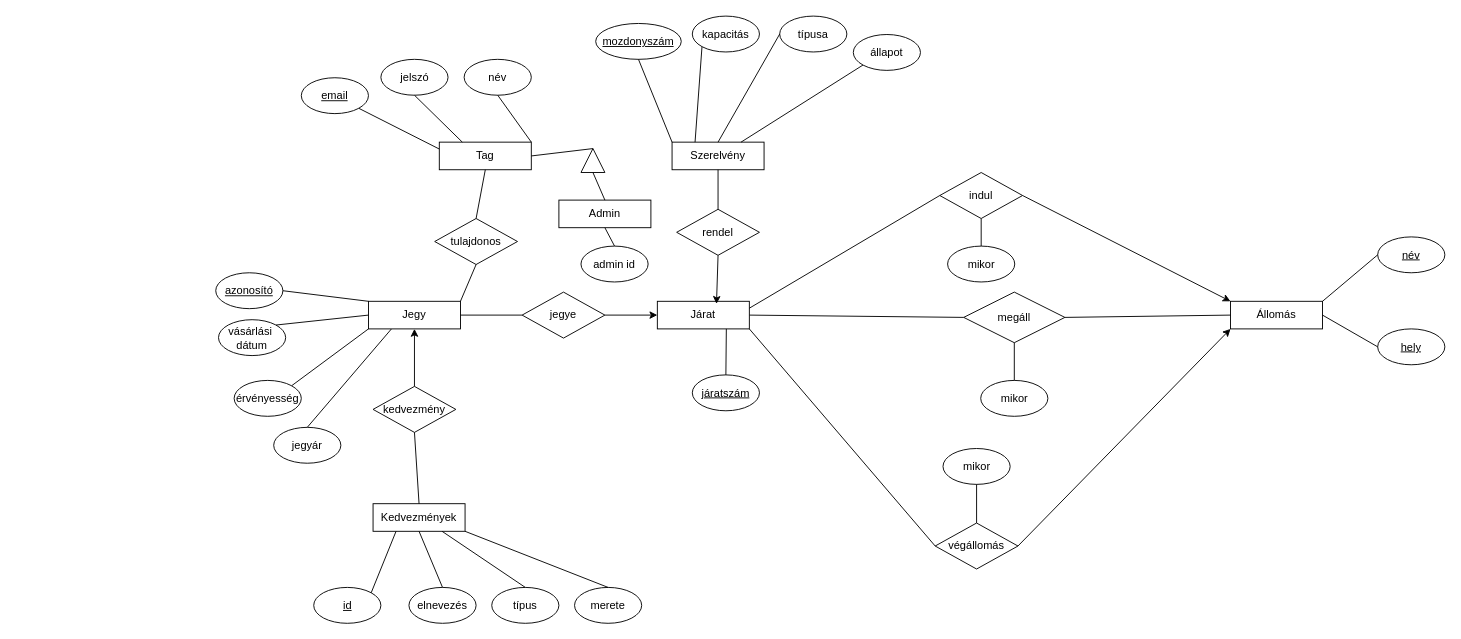
RevMarci/vasutmenetrend keeps this draw.io diagram as dokumentacio/Vasúti_menetrend_ek_diagram.drawio. Above is the earlier version. Source tidied: cells renumbered, new cells numbered last; positions are measured from the earlier drawing's top-left corner, leaving out a move shared by most shapes. Both pictures are drawn from the tidied source at 92%, with x=0, y=0 at pixel (215, 16).
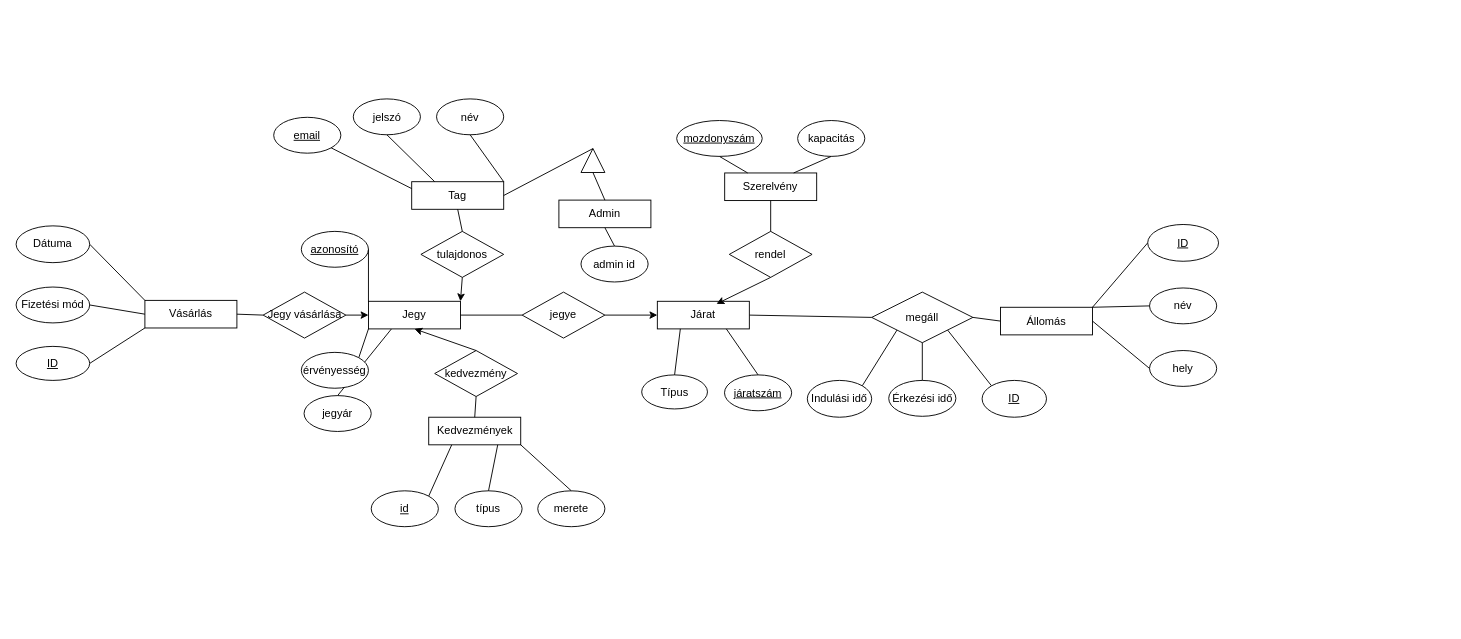
The same diagram, later.

Unchanged cells that the change refers to:
```xml
<mxCell id="12" value="Járat" style="rounded=0;whiteSpace=wrap;html=1;strokeColor=default;align=center;verticalAlign=middle;fontFamily=Helvetica;fontSize=12;fontColor=default;fillColor=default;" parent="1" vertex="1">
  <mxGeometry x="480" y="310" width="100" height="30" as="geometry" />
</mxCell>
<mxCell id="28" value="Jegy" style="rounded=0;whiteSpace=wrap;html=1;strokeColor=default;align=center;verticalAlign=middle;fontFamily=Helvetica;fontSize=12;fontColor=default;fillColor=default;" parent="1" vertex="1">
  <mxGeometry x="166" y="310" width="100" height="30" as="geometry" />
</mxCell>
```

Diff of the diagram source:
```diff
@@
     <mxCell id="2" value="Állomás" style="rounded=0;whiteSpace=wrap;html=1;strokeColor=default;align=center;verticalAlign=middle;fontFamily=Helvetica;fontSize=12;fontColor=default;fillColor=default;" parent="1" vertex="1">
-      <mxGeometry x="1103" y="310" width="100" height="30" as="geometry" />
+      <mxGeometry x="853" y="316.5" width="100" height="30" as="geometry" />
     </mxCell>
-    <mxCell id="3" value="&lt;u&gt;név&lt;/u&gt;" style="ellipse;whiteSpace=wrap;html=1;align=center;strokeColor=default;verticalAlign=middle;fontFamily=Helvetica;fontSize=12;fontColor=default;fillColor=default;" parent="1" vertex="1">
-      <mxGeometry x="1263" y="240" width="73" height="39" as="geometry" />
+    <mxCell id="3" value="&lt;span&gt;név&lt;/span&gt;" style="ellipse;whiteSpace=wrap;html=1;align=center;strokeColor=default;verticalAlign=middle;fontFamily=Helvetica;fontSize=12;fontColor=default;fillColor=default;fontStyle=0;" parent="1" vertex="1">
+      <mxGeometry x="1015" y="295.5" width="73" height="39" as="geometry" />
     </mxCell>
-    <mxCell id="4" value="hely" style="ellipse;whiteSpace=wrap;html=1;align=center;strokeColor=default;verticalAlign=middle;fontFamily=Helvetica;fontSize=12;fontColor=default;fillColor=default;fontStyle=4;" parent="1" vertex="1">
-      <mxGeometry x="1263" y="340" width="73" height="39" as="geometry" />
+    <mxCell id="4" value="hely" style="ellipse;whiteSpace=wrap;html=1;align=center;strokeColor=default;verticalAlign=middle;fontFamily=Helvetica;fontSize=12;fontColor=default;fillColor=default;fontStyle=0;" parent="1" vertex="1">
+      <mxGeometry x="1015" y="363.5" width="73" height="39" as="geometry" />
     </mxCell>
@@
     <mxCell id="7" value="megáll" style="shape=rhombus;perimeter=rhombusPerimeter;whiteSpace=wrap;html=1;align=center;strokeColor=default;verticalAlign=middle;fontFamily=Helvetica;fontSize=12;fontColor=default;fillColor=default;" parent="1" vertex="1">
-      <mxGeometry x="813" y="300" width="110" height="55" as="geometry" />
+      <mxGeometry x="713" y="300" width="110" height="55" as="geometry" />
     </mxCell>
@@
-    <mxCell id="10" value="mikor" style="ellipse;whiteSpace=wrap;html=1;align=center;strokeColor=default;verticalAlign=middle;fontFamily=Helvetica;fontSize=12;fontColor=default;fillColor=default;" parent="1" vertex="1">
-      <mxGeometry x="831.5" y="396" width="73" height="39" as="geometry" />
+    <mxCell id="10" value="Érkezési idő" style="ellipse;whiteSpace=wrap;html=1;align=center;strokeColor=default;verticalAlign=middle;fontFamily=Helvetica;fontSize=12;fontColor=default;fillColor=default;" parent="1" vertex="1">
+      <mxGeometry x="731.5" y="396" width="73" height="39" as="geometry" />
     </mxCell>
@@
     <mxCell id="13" value="&lt;u&gt;járatszám&lt;/u&gt;" style="ellipse;whiteSpace=wrap;html=1;align=center;strokeColor=default;verticalAlign=middle;fontFamily=Helvetica;fontSize=12;fontColor=default;fillColor=default;" parent="1" vertex="1">
-      <mxGeometry x="518" y="390" width="73" height="39" as="geometry" />
+      <mxGeometry x="553" y="390" width="73" height="39" as="geometry" />
     </mxCell>
@@
-    <mxCell id="15" style="endArrow=none;html=1;rounded=0;entryX=0.5;entryY=0;entryDx=0;entryDy=0;exitX=0.5;exitY=1;exitDx=0;exitDy=0;strokeColor=default;align=center;verticalAlign=middle;fontFamily=Helvetica;fontSize=12;fontColor=default;fillColor=default;" parent="1" edge="1" source="24" target="65">
-      <mxGeometry relative="1" as="geometry" />
-    </mxCell>
     <mxCell id="16" value="Tag" style="rounded=0;whiteSpace=wrap;html=1;strokeColor=default;align=center;verticalAlign=middle;fontFamily=Helvetica;fontSize=12;fontColor=default;fillColor=default;" parent="1" vertex="1">
-      <mxGeometry x="243" y="137" width="100" height="30" as="geometry" />
+      <mxGeometry x="213" y="180" width="100" height="30" as="geometry" />
     </mxCell>
     <mxCell id="17" value="név" style="ellipse;whiteSpace=wrap;html=1;align=center;strokeColor=default;verticalAlign=middle;fontFamily=Helvetica;fontSize=12;fontColor=default;fillColor=default;" parent="1" vertex="1">
-      <mxGeometry x="270" y="47" width="73" height="39" as="geometry" />
+      <mxGeometry x="240" y="90" width="73" height="39" as="geometry" />
     </mxCell>
     <mxCell id="18" value="jelszó" style="ellipse;whiteSpace=wrap;html=1;align=center;strokeColor=default;verticalAlign=middle;fontFamily=Helvetica;fontSize=12;fontColor=default;fillColor=default;" parent="1" vertex="1">
-      <mxGeometry x="179.5" y="47" width="73" height="39" as="geometry" />
+      <mxGeometry x="149.5" y="90" width="73" height="39" as="geometry" />
     </mxCell>
     <mxCell id="19" value="email" style="ellipse;whiteSpace=wrap;html=1;align=center;fontStyle=4;strokeColor=default;verticalAlign=middle;fontFamily=Helvetica;fontSize=12;fontColor=default;fillColor=default;" parent="1" vertex="1">
-      <mxGeometry x="93" y="67" width="73" height="39" as="geometry" />
+      <mxGeometry x="63" y="110" width="73" height="39" as="geometry" />
     </mxCell>
@@
-    <mxCell id="23" style="endArrow=classic;html=1;rounded=0;entryX=0;entryY=0;entryDx=0;entryDy=0;exitX=1;exitY=0.5;exitDx=0;exitDy=0;strokeColor=default;align=center;verticalAlign=middle;fontFamily=Helvetica;fontSize=12;fontColor=default;fillColor=default;endFill=1;" parent="1" edge="1" source="24" target="2">
-      <mxGeometry relative="1" as="geometry" />
-    </mxCell>
-    <mxCell id="24" value="indul" style="shape=rhombus;double=0;whiteSpace=wrap;html=1;align=center;perimeter=rhombusPerimeter;strokeColor=default;verticalAlign=middle;fontFamily=Helvetica;fontSize=12;fontColor=default;fillColor=default;" parent="1" vertex="1">
-      <mxGeometry x="787" y="170" width="90" height="50" as="geometry" />
-    </mxCell>
-    <mxCell id="25" style="endArrow=none;html=1;rounded=0;exitX=0;exitY=0.5;exitDx=0;exitDy=0;entryX=1;entryY=0.25;entryDx=0;entryDy=0;strokeColor=default;align=center;verticalAlign=middle;fontFamily=Helvetica;fontSize=12;fontColor=default;fillColor=default;" parent="1" edge="1" source="24" target="12">
-      <mxGeometry relative="1" as="geometry" />
-    </mxCell>
     <mxCell id="26" value="jegyár" style="ellipse;whiteSpace=wrap;html=1;align=center;fontStyle=0;strokeColor=default;verticalAlign=middle;fontFamily=Helvetica;fontSize=12;fontColor=default;fillColor=default;" parent="1" vertex="1">
-      <mxGeometry x="63" y="447" width="73" height="39" as="geometry" />
+      <mxGeometry x="96" y="412.5" width="73" height="39" as="geometry" />
     </mxCell>
@@
-    <mxCell id="32" value="vásárlási&amp;nbsp; dátum" style="ellipse;whiteSpace=wrap;html=1;align=center;fontStyle=0;strokeColor=default;verticalAlign=middle;fontFamily=Helvetica;fontSize=12;fontColor=default;fillColor=default;" parent="1" vertex="1">
-      <mxGeometry x="3" y="330" width="73" height="39" as="geometry" />
-    </mxCell>
-    <mxCell id="33" style="endArrow=none;html=1;rounded=0;entryX=1;entryY=0;entryDx=0;entryDy=0;strokeColor=default;align=center;verticalAlign=middle;fontFamily=Helvetica;fontSize=12;fontColor=default;fillColor=default;exitX=0;exitY=0.5;exitDx=0;exitDy=0;" parent="1" edge="1" source="28" target="32">
-      <mxGeometry relative="1" as="geometry" />
-    </mxCell>
     <mxCell id="34" value="tulajdonos" style="shape=rhombus;double=0;whiteSpace=wrap;html=1;align=center;perimeter=rhombusPerimeter;strokeColor=default;verticalAlign=middle;fontFamily=Helvetica;fontSize=12;fontColor=default;fillColor=default;" parent="1" vertex="1">
-      <mxGeometry x="238" y="220" width="90" height="50" as="geometry" />
+      <mxGeometry x="223" y="234" width="90" height="50" as="geometry" />
     </mxCell>
@@
-    <mxCell id="36" style="endArrow=none;html=1;rounded=0;strokeColor=default;align=center;verticalAlign=middle;fontFamily=Helvetica;fontSize=12;fontColor=default;fillColor=default;exitX=0.5;exitY=1;exitDx=0;exitDy=0;entryX=1;entryY=0;entryDx=0;entryDy=0;" parent="1" edge="1" source="34" target="28">
+    <mxCell id="36" style="endArrow=classic;html=1;rounded=0;strokeColor=default;align=center;verticalAlign=middle;fontFamily=Helvetica;fontSize=12;fontColor=default;fillColor=default;exitX=0.5;exitY=1;exitDx=0;exitDy=0;entryX=1;entryY=0;entryDx=0;entryDy=0;endFill=1;" parent="1" edge="1" source="34" target="28">
       <mxGeometry relative="1" as="geometry" />
     </mxCell>
     <mxCell id="37" value="azonosító" style="ellipse;whiteSpace=wrap;html=1;align=center;fontStyle=4;strokeColor=default;verticalAlign=middle;fontFamily=Helvetica;fontSize=12;fontColor=default;fillColor=default;" parent="1" vertex="1">
-      <mxGeometry y="279" width="73" height="39" as="geometry" />
+      <mxGeometry x="93" y="234" width="73" height="39" as="geometry" />
     </mxCell>
@@
     <mxCell id="39" value="Szerelvény" style="rounded=0;whiteSpace=wrap;html=1;strokeColor=default;align=center;verticalAlign=middle;fontFamily=Helvetica;fontSize=12;fontColor=default;fillColor=default;" parent="1" vertex="1">
-      <mxGeometry x="496" y="137" width="100" height="30" as="geometry" />
+      <mxGeometry x="553.2" y="170.5" width="100" height="30" as="geometry" />
     </mxCell>
     <mxCell id="40" value="mozdonyszám" style="ellipse;whiteSpace=wrap;html=1;align=center;strokeColor=default;verticalAlign=middle;fontFamily=Helvetica;fontSize=12;fontColor=default;fillColor=default;fontStyle=4;" parent="1" vertex="1">
-      <mxGeometry x="413" y="8" width="93" height="39" as="geometry" />
+      <mxGeometry x="501" y="113.5" width="93" height="39" as="geometry" />
     </mxCell>
     <mxCell id="41" value="kapacitás" style="ellipse;whiteSpace=wrap;html=1;align=center;strokeColor=default;verticalAlign=middle;fontFamily=Helvetica;fontSize=12;fontColor=default;fillColor=default;" parent="1" vertex="1">
-      <mxGeometry x="518" width="73" height="39" as="geometry" />
+      <mxGeometry x="632.5" y="113.5" width="73" height="39" as="geometry" />
     </mxCell>
     <mxCell id="42" value="Kedvezmények" style="rounded=0;whiteSpace=wrap;html=1;strokeColor=default;align=center;verticalAlign=middle;fontFamily=Helvetica;fontSize=12;fontColor=default;fillColor=default;" parent="1" vertex="1">
-      <mxGeometry x="171" y="530" width="100" height="30" as="geometry" />
+      <mxGeometry x="231.5" y="436" width="100" height="30" as="geometry" />
     </mxCell>
     <mxCell id="43" value="id" style="ellipse;whiteSpace=wrap;html=1;align=center;strokeColor=default;verticalAlign=middle;fontFamily=Helvetica;fontSize=12;fontColor=default;fillColor=default;fontStyle=4;" parent="1" vertex="1">
-      <mxGeometry x="106.5" y="621" width="73" height="39" as="geometry" />
+      <mxGeometry x="169" y="516" width="73" height="39" as="geometry" />
     </mxCell>
     <mxCell id="44" value="típus" style="ellipse;whiteSpace=wrap;html=1;align=center;strokeColor=default;verticalAlign=middle;fontFamily=Helvetica;fontSize=12;fontColor=default;fillColor=default;" parent="1" vertex="1">
-      <mxGeometry x="300" y="621" width="73" height="39" as="geometry" />
+      <mxGeometry x="260" y="516" width="73" height="39" as="geometry" />
     </mxCell>
-    <mxCell id="45" value="elnevezés" style="ellipse;whiteSpace=wrap;html=1;align=center;strokeColor=default;verticalAlign=middle;fontFamily=Helvetica;fontSize=12;fontColor=default;fillColor=default;" parent="1" vertex="1">
-      <mxGeometry x="210" y="621" width="73" height="39" as="geometry" />
-    </mxCell>
     <mxCell id="46" value="merete" style="ellipse;whiteSpace=wrap;html=1;align=center;strokeColor=default;verticalAlign=middle;fontFamily=Helvetica;fontSize=12;fontColor=default;fillColor=default;" parent="1" vertex="1">
-      <mxGeometry x="390" y="621" width="73" height="39" as="geometry" />
+      <mxGeometry x="350" y="516" width="73" height="39" as="geometry" />
     </mxCell>
@@
-    <mxCell id="48" style="endArrow=none;html=1;rounded=0;entryX=0.5;entryY=0;entryDx=0;entryDy=0;exitX=0.5;exitY=1;exitDx=0;exitDy=0;strokeColor=default;align=center;verticalAlign=middle;fontFamily=Helvetica;fontSize=12;fontColor=default;fillColor=default;" parent="1" edge="1" source="42" target="45">
-      <mxGeometry relative="1" as="geometry" />
-    </mxCell>
@@
     <mxCell id="51" value="kedvezmény" style="shape=rhombus;double=0;whiteSpace=wrap;html=1;align=center;perimeter=rhombusPerimeter;strokeColor=default;verticalAlign=middle;fontFamily=Helvetica;fontSize=12;fontColor=default;fillColor=default;" parent="1" vertex="1">
-      <mxGeometry x="171" y="402.5" width="90" height="50" as="geometry" />
+      <mxGeometry x="238" y="363.5" width="90" height="50" as="geometry" />
     </mxCell>
@@
     <mxCell id="54" value="rendel" style="shape=rhombus;double=0;whiteSpace=wrap;html=1;align=center;perimeter=rhombusPerimeter;strokeColor=default;verticalAlign=middle;fontFamily=Helvetica;fontSize=12;fontColor=default;fillColor=default;" parent="1" vertex="1">
-      <mxGeometry x="501" y="210" width="90" height="50" as="geometry" />
+      <mxGeometry x="558.2" y="234" width="90" height="50" as="geometry" />
     </mxCell>
-    <mxCell id="55" value="típusa" style="ellipse;whiteSpace=wrap;html=1;align=center;strokeColor=default;verticalAlign=middle;fontFamily=Helvetica;fontSize=12;fontColor=default;fillColor=default;" parent="1" vertex="1">
-      <mxGeometry x="613" width="73" height="39" as="geometry" />
-    </mxCell>
-    <mxCell id="56" style="endArrow=none;html=1;rounded=0;entryX=0;entryY=0;entryDx=0;entryDy=0;exitX=0.5;exitY=1;exitDx=0;exitDy=0;strokeColor=default;align=center;verticalAlign=middle;fontFamily=Helvetica;fontSize=12;fontColor=default;fillColor=default;" parent="1" edge="1" source="40" target="39">
+    <mxCell id="56" style="endArrow=none;html=1;rounded=0;entryX=0.25;entryY=0;entryDx=0;entryDy=0;exitX=0.5;exitY=1;exitDx=0;exitDy=0;strokeColor=default;align=center;verticalAlign=middle;fontFamily=Helvetica;fontSize=12;fontColor=default;fillColor=default;" parent="1" edge="1" source="40" target="39">
       <mxGeometry relative="1" as="geometry" />
     </mxCell>
-    <mxCell id="57" style="endArrow=none;html=1;rounded=0;entryX=0.25;entryY=0;entryDx=0;entryDy=0;exitX=0;exitY=1;exitDx=0;exitDy=0;strokeColor=default;align=center;verticalAlign=middle;fontFamily=Helvetica;fontSize=12;fontColor=default;fillColor=default;" parent="1" edge="1" source="41" target="39">
+    <mxCell id="57" style="endArrow=none;html=1;rounded=0;entryX=0.75;entryY=0;entryDx=0;entryDy=0;exitX=0.5;exitY=1;exitDx=0;exitDy=0;strokeColor=default;align=center;verticalAlign=middle;fontFamily=Helvetica;fontSize=12;fontColor=default;fillColor=default;" parent="1" edge="1" source="41" target="39">
       <mxGeometry relative="1" as="geometry" />
     </mxCell>
-    <mxCell id="58" style="endArrow=none;html=1;rounded=0;entryX=0.5;entryY=0;entryDx=0;entryDy=0;exitX=0;exitY=0.5;exitDx=0;exitDy=0;strokeColor=default;align=center;verticalAlign=middle;fontFamily=Helvetica;fontSize=12;fontColor=default;fillColor=default;" parent="1" edge="1" source="55" target="39">
-      <mxGeometry relative="1" as="geometry" />
-    </mxCell>
@@
     <mxCell id="61" value="érvényesség" style="ellipse;whiteSpace=wrap;html=1;align=center;fontStyle=0;strokeColor=default;verticalAlign=middle;fontFamily=Helvetica;fontSize=12;fontColor=default;fillColor=default;" parent="1" vertex="1">
-      <mxGeometry x="20" y="396" width="73" height="39" as="geometry" />
+      <mxGeometry x="93" y="365.5" width="73" height="39" as="geometry" />
     </mxCell>
@@
-    <mxCell id="63" value="állapot" style="ellipse;whiteSpace=wrap;html=1;align=center;strokeColor=default;verticalAlign=middle;fontFamily=Helvetica;fontSize=12;fontColor=default;fillColor=default;" parent="1" vertex="1">
-      <mxGeometry x="693" y="20" width="73" height="39" as="geometry" />
-    </mxCell>
-    <mxCell id="64" style="endArrow=none;html=1;rounded=0;entryX=0.75;entryY=0;entryDx=0;entryDy=0;exitX=0;exitY=1;exitDx=0;exitDy=0;strokeColor=default;align=center;verticalAlign=middle;fontFamily=Helvetica;fontSize=12;fontColor=default;fillColor=default;" parent="1" edge="1" source="63" target="39">
-      <mxGeometry relative="1" as="geometry" />
-    </mxCell>
-    <mxCell id="65" value="mikor" style="ellipse;whiteSpace=wrap;html=1;align=center;fontStyle=0;strokeColor=default;verticalAlign=middle;fontFamily=Helvetica;fontSize=12;fontColor=default;fillColor=default;" parent="1" vertex="1">
-      <mxGeometry x="795.5" y="250" width="73" height="39" as="geometry" />
-    </mxCell>
-    <mxCell id="66" value="végállomás" style="shape=rhombus;double=0;whiteSpace=wrap;html=1;align=center;perimeter=rhombusPerimeter;strokeColor=default;verticalAlign=middle;fontFamily=Helvetica;fontSize=12;fontColor=default;fillColor=default;" parent="1" vertex="1">
-      <mxGeometry x="782" y="551" width="90" height="50" as="geometry" />
-    </mxCell>
-    <mxCell id="67" value="mikor" style="ellipse;whiteSpace=wrap;html=1;align=center;fontStyle=0;strokeColor=default;verticalAlign=middle;fontFamily=Helvetica;fontSize=12;fontColor=default;fillColor=default;" parent="1" vertex="1">
-      <mxGeometry x="790.5" y="470" width="73" height="39" as="geometry" />
-    </mxCell>
-    <mxCell id="68" style="endArrow=none;html=1;rounded=0;entryX=0.5;entryY=0;entryDx=0;entryDy=0;exitX=0.5;exitY=1;exitDx=0;exitDy=0;strokeColor=default;align=center;verticalAlign=middle;fontFamily=Helvetica;fontSize=12;fontColor=default;fillColor=default;" parent="1" edge="1" source="67" target="66">
-      <mxGeometry relative="1" as="geometry" />
-    </mxCell>
-    <mxCell id="69" style="endArrow=classic;html=1;rounded=0;entryX=0;entryY=1;entryDx=0;entryDy=0;exitX=1;exitY=0.5;exitDx=0;exitDy=0;strokeColor=default;align=center;verticalAlign=middle;fontFamily=Helvetica;fontSize=12;fontColor=default;fillColor=default;endFill=1;" parent="1" edge="1" source="66" target="2">
-      <mxGeometry relative="1" as="geometry" />
-    </mxCell>
-    <mxCell id="70" style="endArrow=none;html=1;rounded=0;exitX=0;exitY=0.5;exitDx=0;exitDy=0;entryX=1;entryY=1;entryDx=0;entryDy=0;strokeColor=default;align=center;verticalAlign=middle;fontFamily=Helvetica;fontSize=12;fontColor=default;fillColor=default;" parent="1" edge="1" source="66" target="12">
-      <mxGeometry relative="1" as="geometry" />
-    </mxCell>
@@
+    <mxCell id="77" style="rounded=0;jettySize=auto;html=1;exitX=1;exitY=0;exitDx=0;exitDy=0;entryX=0;entryY=1;entryDx=0;entryDy=0;endArrow=none;startFill=0;" parent="1" edge="1" source="78" target="7">
+      <mxGeometry relative="1" as="geometry" />
+    </mxCell>
+    <mxCell id="78" value="Indulási idő" style="ellipse;whiteSpace=wrap;html=1;" parent="1" vertex="1">
+      <mxGeometry x="643" y="396" width="70" height="40" as="geometry" />
+    </mxCell>
+    <mxCell id="79" style="rounded=0;jettySize=auto;html=1;exitX=0;exitY=0;exitDx=0;exitDy=0;entryX=1;entryY=1;entryDx=0;entryDy=0;endArrow=none;startFill=0;" parent="1" edge="1" source="80" target="7">
+      <mxGeometry relative="1" as="geometry" />
+    </mxCell>
+    <mxCell id="80" value="&lt;u&gt;ID&lt;/u&gt;" style="ellipse;whiteSpace=wrap;html=1;" parent="1" vertex="1">
+      <mxGeometry x="833" y="396" width="70" height="40" as="geometry" />
+    </mxCell>
+    <mxCell id="81" style="rounded=0;jettySize=auto;html=1;exitX=0;exitY=0.5;exitDx=0;exitDy=0;endArrow=none;startFill=0;" parent="1" edge="1" source="82">
+      <mxGeometry relative="1" as="geometry">
+        <mxPoint x="953" y="316.5" as="targetPoint" />
+      </mxGeometry>
+    </mxCell>
+    <mxCell id="82" value="&lt;u&gt;ID&lt;/u&gt;" style="shape=ellipse;html=1;dashed=0;whiteSpace=wrap;perimeter=ellipsePerimeter;" parent="1" vertex="1">
+      <mxGeometry x="1013" y="226.5" width="77" height="40" as="geometry" />
+    </mxCell>
+    <mxCell id="83" style="rounded=0;jettySize=auto;html=1;exitX=0.5;exitY=0;exitDx=0;exitDy=0;entryX=0.25;entryY=1;entryDx=0;entryDy=0;endArrow=none;startFill=0;" parent="1" edge="1" source="84" target="12">
+      <mxGeometry relative="1" as="geometry" />
+    </mxCell>
+    <mxCell id="84" value="Típus" style="ellipse;whiteSpace=wrap;html=1;" parent="1" vertex="1">
+      <mxGeometry x="463" y="390" width="71.5" height="37" as="geometry" />
+    </mxCell>
+    <mxCell id="85" value="Vásárlás" style="rounded=0;whiteSpace=wrap;html=1;" parent="1" vertex="1">
+      <mxGeometry x="-77" y="309" width="100" height="30" as="geometry" />
+    </mxCell>
+    <mxCell id="86" style="rounded=0;jettySize=auto;html=1;exitX=1;exitY=0.5;exitDx=0;exitDy=0;entryX=0;entryY=0;entryDx=0;entryDy=0;endArrow=none;startFill=0;" parent="1" edge="1" source="87" target="85">
+      <mxGeometry relative="1" as="geometry" />
+    </mxCell>
+    <mxCell id="87" value="Dátuma" style="shape=ellipse;html=1;dashed=0;whiteSpace=wrap;perimeter=ellipsePerimeter;" parent="1" vertex="1">
+      <mxGeometry x="-217" y="228" width="80" height="40" as="geometry" />
+    </mxCell>
+    <mxCell id="88" style="rounded=0;jettySize=auto;html=1;exitX=1;exitY=0.5;exitDx=0;exitDy=0;entryX=0;entryY=0.5;entryDx=0;entryDy=0;endArrow=none;startFill=0;" parent="1" edge="1" source="89" target="85">
+      <mxGeometry relative="1" as="geometry" />
+    </mxCell>
+    <mxCell id="89" value="Fizetési mód" style="shape=ellipse;html=1;dashed=0;whiteSpace=wrap;perimeter=ellipsePerimeter;" parent="1" vertex="1">
+      <mxGeometry x="-217" y="294.5" width="80" height="39" as="geometry" />
+    </mxCell>
+    <mxCell id="90" style="rounded=0;jettySize=auto;html=1;exitX=1;exitY=0.5;exitDx=0;exitDy=0;entryX=0;entryY=1;entryDx=0;entryDy=0;endArrow=none;startFill=0;" parent="1" edge="1" source="91" target="85">
+      <mxGeometry relative="1" as="geometry" />
+    </mxCell>
+    <mxCell id="91" value="&lt;u&gt;ID&lt;/u&gt;" style="shape=ellipse;html=1;dashed=0;whiteSpace=wrap;perimeter=ellipsePerimeter;" parent="1" vertex="1">
+      <mxGeometry x="-217" y="359" width="80" height="37" as="geometry" />
+    </mxCell>
+    <mxCell id="92" style="rounded=0;jettySize=auto;html=1;exitX=0;exitY=0.5;exitDx=0;exitDy=0;entryX=1;entryY=0.5;entryDx=0;entryDy=0;endArrow=none;startFill=0;endFill=1;" parent="1" edge="1" source="94" target="85">
+      <mxGeometry relative="1" as="geometry" />
+    </mxCell>
+    <mxCell id="93" style="rounded=0;jettySize=auto;html=1;exitX=1;exitY=0.5;exitDx=0;exitDy=0;entryX=0;entryY=0.5;entryDx=0;entryDy=0;endArrow=classic;startFill=0;endFill=1;" parent="1" edge="1" source="94" target="28">
+      <mxGeometry relative="1" as="geometry" />
+    </mxCell>
+    <mxCell id="94" value="Jegy vásárlása" style="rhombus;whiteSpace=wrap;html=1;" parent="1" vertex="1">
+      <mxGeometry x="51.5" y="300" width="90" height="50" as="geometry" />
+    </mxCell>
```
